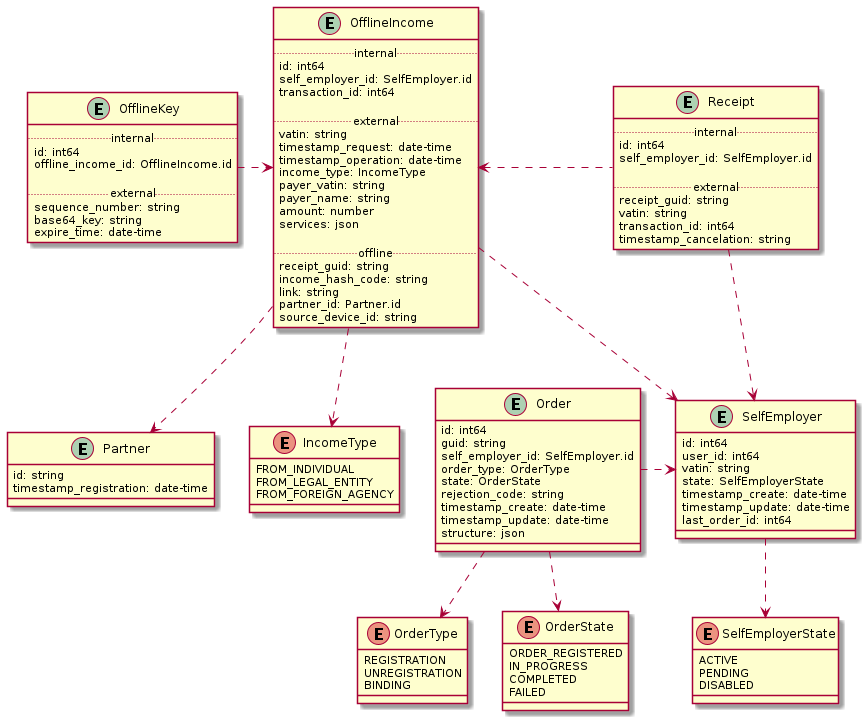
The PlantUML diagram assets/images/diagrams/self-employed-service/entities/entities.png in RaikBitters/ibank-internal-services, before a commit. The source it was exported from:
```plantuml
@startuml entities

entity Partner {
    id: string
    timestamp_registration: date-time
}

entity SelfEmployer {
    id: int64
    user_id: int64
    vatin: string
    state: SelfEmployerState
    timestamp_create: date-time
    timestamp_update: date-time
    last_order_id: int64
}

enum SelfEmployerState {
    ACTIVE
    PENDING
    DISABLED
}

SelfEmployer ..> SelfEmployerState

entity Order {
    id: int64
    guid: string
    self_employer_id: SelfEmployer.id
    order_type: OrderType
    state: OrderState
    rejection_code: string
    timestamp_create: date-time
    timestamp_update: date-time
    structure: json
}

Order .right.> SelfEmployer

enum OrderType {
    REGISTRATION
    UNREGISTRATION
    BINDING
}

enum OrderState {
    ORDER_REGISTERED
    IN_PROGRESS
    COMPLETED
    FAILED
}

Order ..> OrderType
Order ..> OrderState

entity Receipt {
    ..internal..
    id: int64
    self_employer_id: SelfEmployer.id

    ..external..
    receipt_guid: string
    vatin: string
    transaction_id: int64
    timestamp_cancelation: string
}

Receipt ..> SelfEmployer

entity OfflineIncome {
    ..internal..
    id: int64
    self_employer_id: SelfEmployer.id
    transaction_id: int64

    ..external..
    vatin: string
    timestamp_request: date-time
    timestamp_operation: date-time
    income_type: IncomeType
    payer_vatin: string
    payer_name: string
    amount: number
    services: json

    ..offline..
    receipt_guid: string
    income_hash_code: string
    link: string
    partner_id: Partner.id
    source_device_id: string
}

enum IncomeType {
    FROM_INDIVIDUAL
    FROM_LEGAL_ENTITY
    FROM_FOREIGN_AGENCY
}

Receipt .left.> OfflineIncome

OfflineIncome ..> SelfEmployer
OfflineIncome ..> IncomeType
OfflineIncome ..> Partner

entity OfflineKey {
    ..internal..
    id: int64
    offline_income_id: OfflineIncome.id

    ..external..
    sequence_number: string
    base64_key: string
    expire_time: date-time
}

OfflineKey .right.> OfflineIncome

@enduml
```
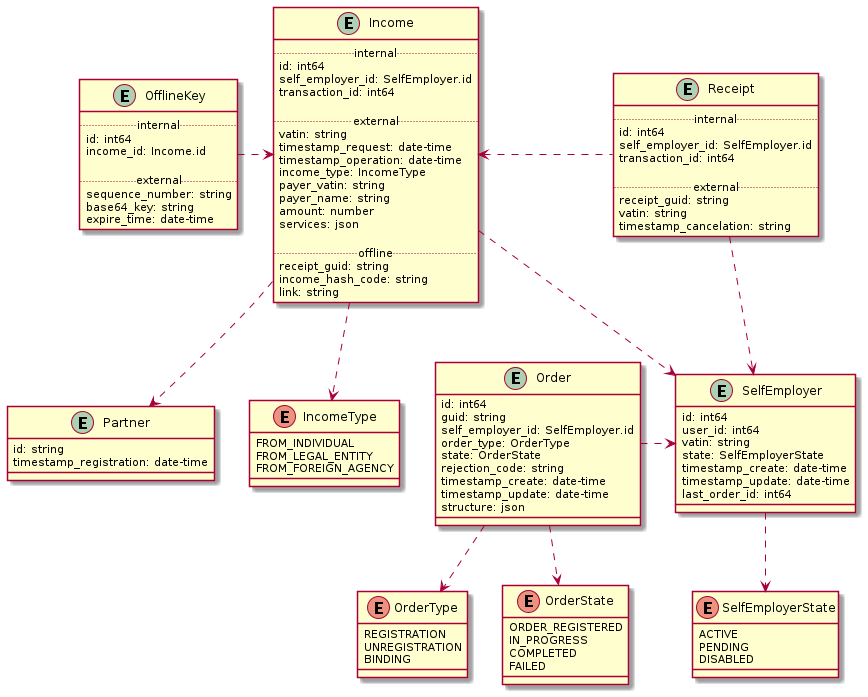
The same file after the commit.

The edit, as a diff of the source:
```diff
@@ -57,17 +57,17 @@
     ..internal..
     id: int64
     self_employer_id: SelfEmployer.id
+    transaction_id: int64
 
     ..external..
     receipt_guid: string
     vatin: string
-    transaction_id: int64
     timestamp_cancelation: string
 }
 
 Receipt ..> SelfEmployer
 
-entity OfflineIncome {
+entity Income {
     ..internal..
     id: int64
     self_employer_id: SelfEmployer.id
@@ -87,8 +87,6 @@
     receipt_guid: string
     income_hash_code: string
     link: string
-    partner_id: Partner.id
-    source_device_id: string
 }
 
 enum IncomeType {
@@ -97,16 +95,16 @@
     FROM_FOREIGN_AGENCY
 }
 
-Receipt .left.> OfflineIncome
+Receipt .left.> Income
 
-OfflineIncome ..> SelfEmployer
-OfflineIncome ..> IncomeType
-OfflineIncome ..> Partner
+Income ..> SelfEmployer
+Income ..> IncomeType
+Income ..> Partner
 
 entity OfflineKey {
     ..internal..
     id: int64
-    offline_income_id: OfflineIncome.id
+    income_id: Income.id
 
     ..external..
     sequence_number: string
@@ -114,6 +112,6 @@
     expire_time: date-time
 }
 
-OfflineKey .right.> OfflineIncome
+OfflineKey .right.> Income
 
 @enduml
```
